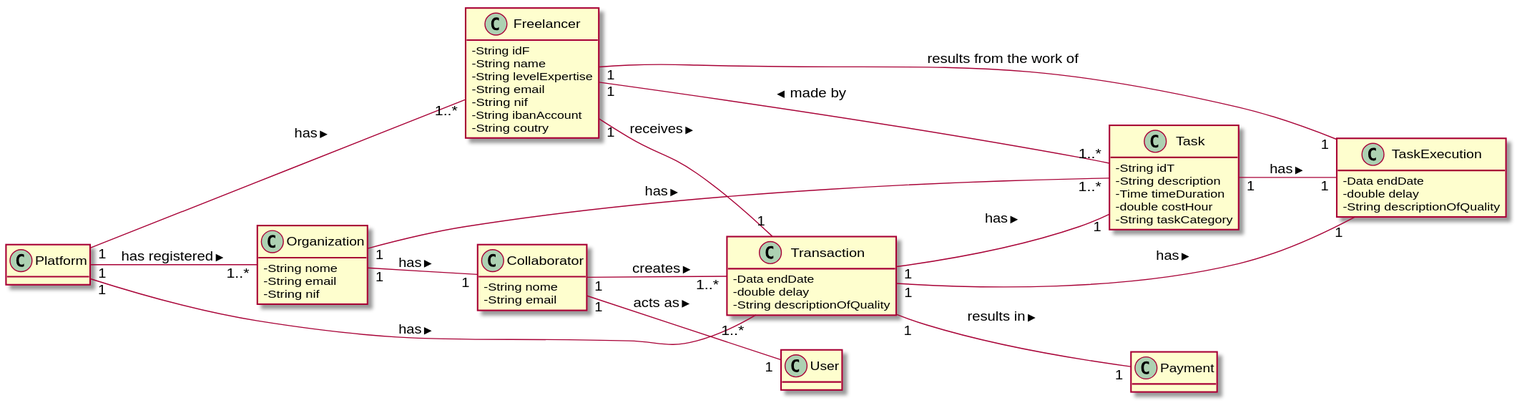
The PlantUML diagram docs/UC4 - Create Payment Transaction/UC4_MD.svg in 1190452/LAPR2, before a commit.
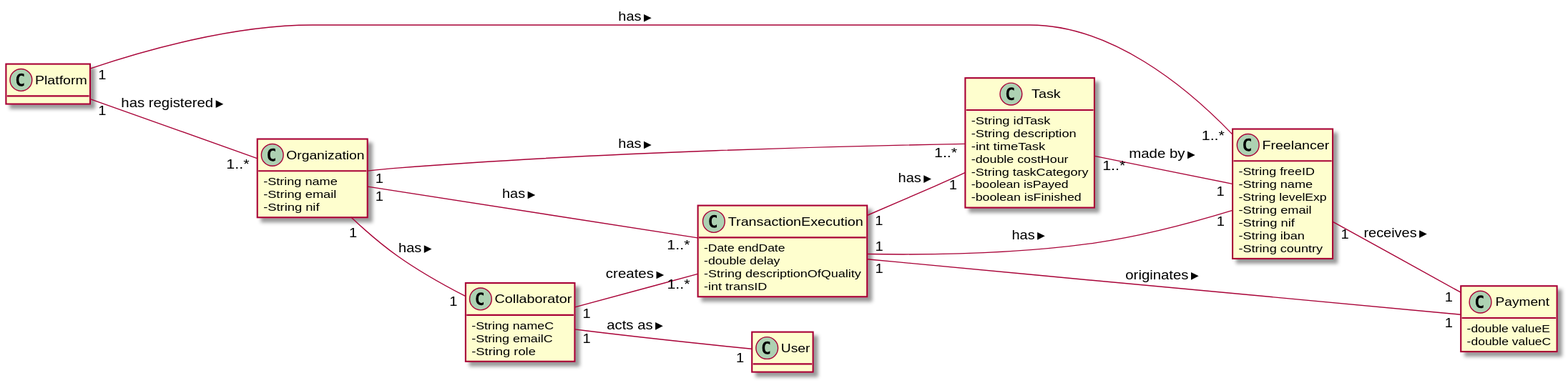
Later version of the same file.

Diff of the diagram source:
```diff
@@ -6,69 +6,68 @@
 class Platform{
 }
 class Freelancer {
-  -String idF
+  -String freeID
   -String name
-  -String levelExpertise
+  -String levelExp
   -String email
   -String nif
-  -String ibanAccount
-  -String coutry
+  -String iban
+  -String country
 }
 
 class Organization {
-  -String nome
+  -String name
   -String email
   -String nif
 }
 
 class Collaborator{
-  -String nome
-  -String email
+  -String nameC
+  -String emailC
+  -String role
 }
 
 class Task {
-  -String idT
+  -String idTask
   -String description
-  -Time timeDuration
+  -int timeTask
   -double costHour
   -String taskCategory
+  -boolean isPayed
+  -boolean isFinished
 }
 
 
 class User {
 }
 
-
-class Transaction {
-  -Data endDate
+class TransactionExecution {
+  -Date endDate
   -double delay
   -String descriptionOfQuality
+  -int transID
 }
 
-class TaskExecution{
-  -Data endDate
-  -double delay
-  -String descriptionOfQuality
-  }
-
-
 class Payment{
+  -double valueE
+  -double valueC
 }
 
 
-Freelancer "1" -- "1" Transaction: receives >
+Freelancer "1" -- "1" Payment: receives >
 Task "1..*" -- "1" Freelancer: made by >
-Platform "1" -- "1..*" Transaction: has >
 Platform "1" -- "1..*" Organization: has registered >
 Platform "1" -- "1..*" Freelancer: has >
 Organization "1" -- "1..*" Task: has >
 Organization "1" -- "1" Collaborator: has >
-Transaction "1" -- "1" Payment: results in >
-Transaction "1" -- "1" Task: has >
-Collaborator "1" -- "1..*" Transaction: creates >
+Organization "1" -- "1..*" TransactionExecution: has >
+
+Collaborator "1" -- "1..*" TransactionExecution: creates >
 Collaborator "1" -- "1" User: acts as >
 
-Transaction "1" -- "1" TaskExecution: has >
-Task "1" -- "1" TaskExecution: has >
-Freelancer "1" -- "1" TaskExecution: results from the work of
+
+
+TransactionExecution "1" -- "1" Task: has >
+TransactionExecution "1" -- "1" Freelancer: has >
+TransactionExecution "1" -- "1" Payment: originates >
 @enduml
```
